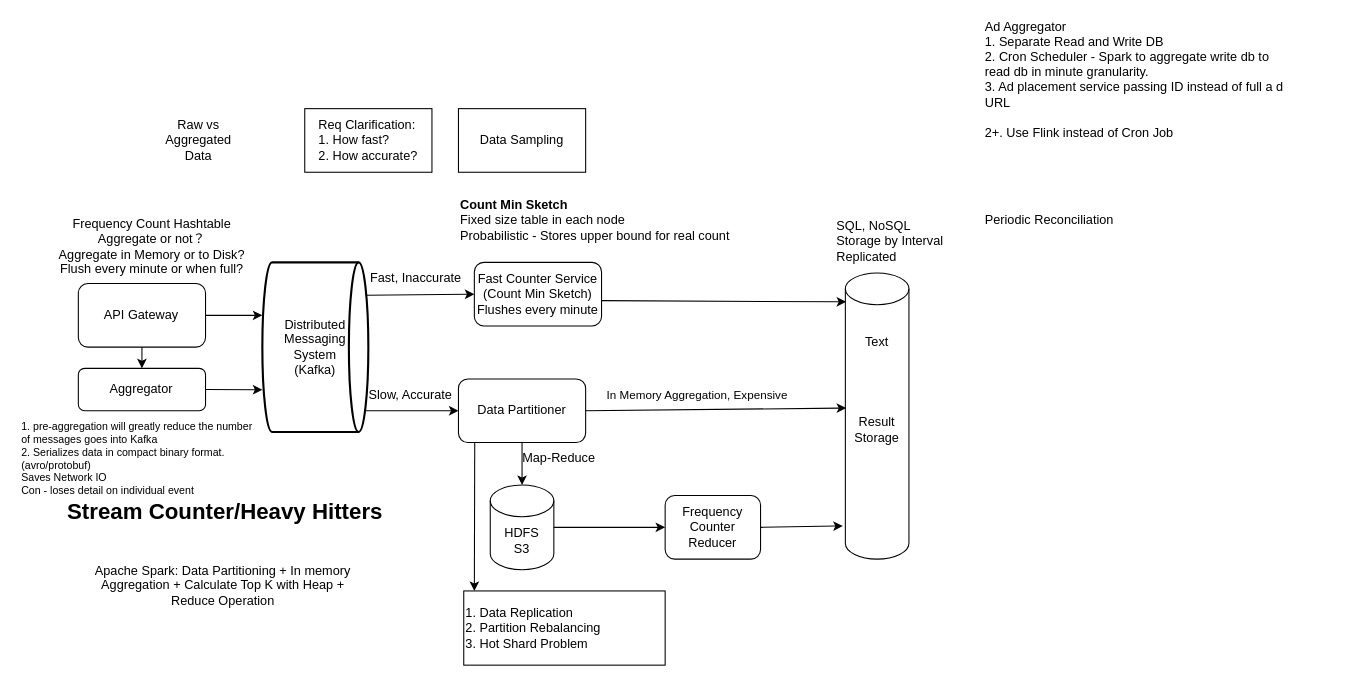
The draw.io diagram 4_TopK.drawio in xwq172677170/SysdDiagram, before the edit. Source tidied: cells renumbered, new cells numbered last; positions are measured from the earlier drawing's top-left corner, leaving out a move shared by most shapes. Both pictures are drawn from the tidied source at 106%, with x=0, y=0 at pixel (18, 29).
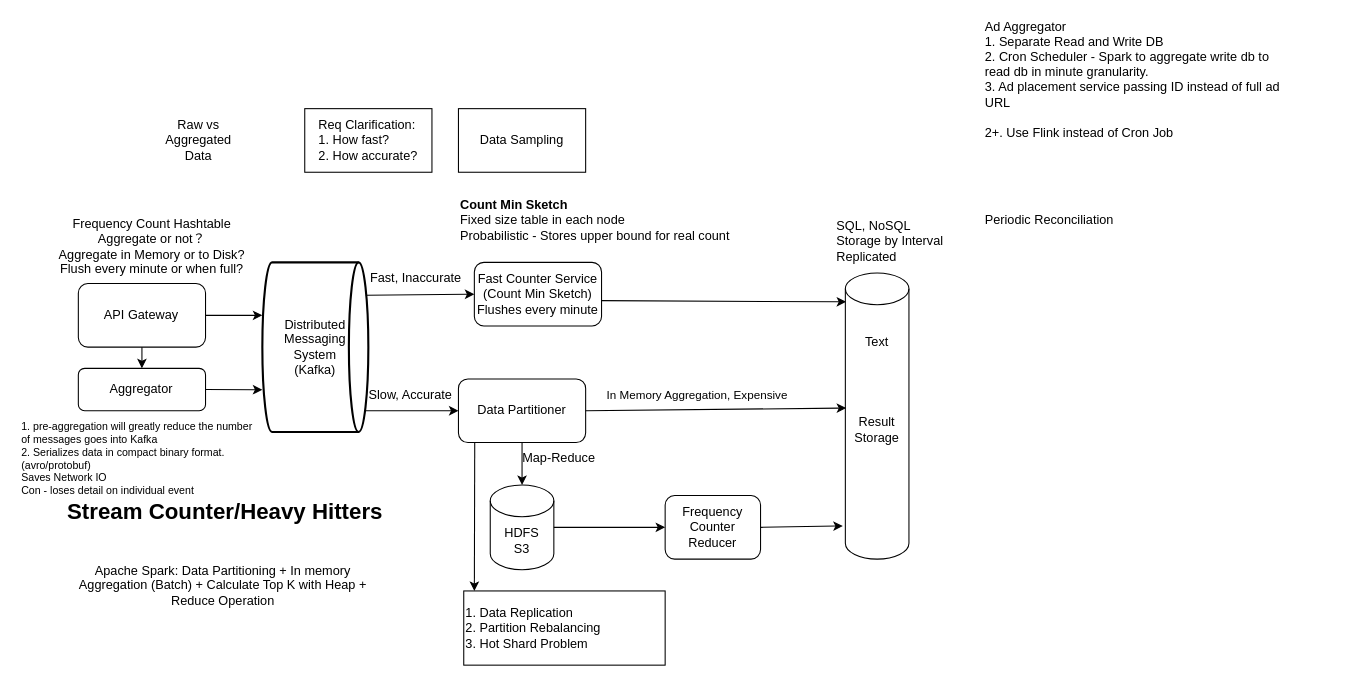
Above is the later version.

Change to the diagram source:
```diff
@@
-    <mxCell id="29" value="Apache Spark: Data Partitioning + In memory Aggregation + Calculate Top K with Heap + Reduce Operation" style="text;html=1;strokeColor=none;fillColor=none;align=center;verticalAlign=middle;whiteSpace=wrap;rounded=0;" parent="1" vertex="1">
+    <mxCell id="29" value="Apache Spark: Data Partitioning + In memory Aggregation (Batch) + Calculate Top K with Heap + Reduce Operation" style="text;html=1;strokeColor=none;fillColor=none;align=center;verticalAlign=middle;whiteSpace=wrap;rounded=0;" parent="1" vertex="1">
       <mxGeometry x="56.4" y="490" width="273.6" height="70" as="geometry" />
     </mxCell>
@@
-    <mxCell id="35" value="Ad Aggregator&lt;div&gt;1. Separate Read and Write DB&lt;/div&gt;&lt;div&gt;2. Cron Scheduler - Spark to aggregate write db to read db in minute granularity.&lt;/div&gt;&lt;div&gt;3. Ad placement service passing ID instead of full a d URL&lt;/div&gt;&lt;div&gt;&lt;br&gt;&lt;/div&gt;&lt;div&gt;2+. Use Flink instead of Cron Job&amp;nbsp;&lt;/div&gt;&lt;div&gt;&lt;br&gt;&lt;/div&gt;" style="text;html=1;align=left;verticalAlign=middle;whiteSpace=wrap;rounded=0;" parent="1" vertex="1">
+    <mxCell id="35" value="Ad Aggregator&lt;div&gt;1. Separate Read and Write DB&lt;/div&gt;&lt;div&gt;2. Cron Scheduler - Spark to aggregate write db to read db in minute granularity.&lt;/div&gt;&lt;div&gt;3. Ad placement service passing ID instead of full ad URL&lt;/div&gt;&lt;div&gt;&lt;br&gt;&lt;/div&gt;&lt;div&gt;2+. Use Flink instead of Cron Job&amp;nbsp;&lt;/div&gt;&lt;div&gt;&lt;br&gt;&lt;/div&gt;" style="text;html=1;align=left;verticalAlign=middle;whiteSpace=wrap;rounded=0;" parent="1" vertex="1">
       <mxGeometry x="910" width="290" height="110" as="geometry" />
     </mxCell>
```
